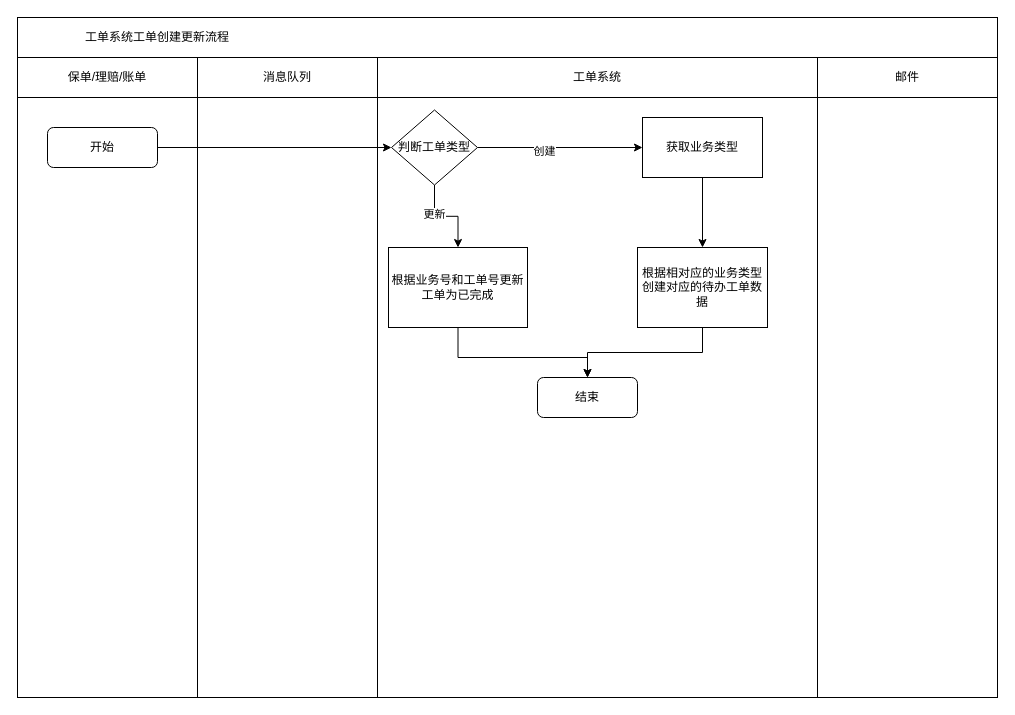
This is page "Page-3" (3 of 3) of 工单系统架构图.drawio from ferityLi/OnlineDrawing, a draw.io file, before an edit. Source tidied: cells renumbered, new cells numbered last; positions are measured from the earlier drawing's top-left corner, leaving out a move shared by most shapes. Both pictures are drawn from the tidied source at 100%, with x=0, y=0 at pixel (17, 17).
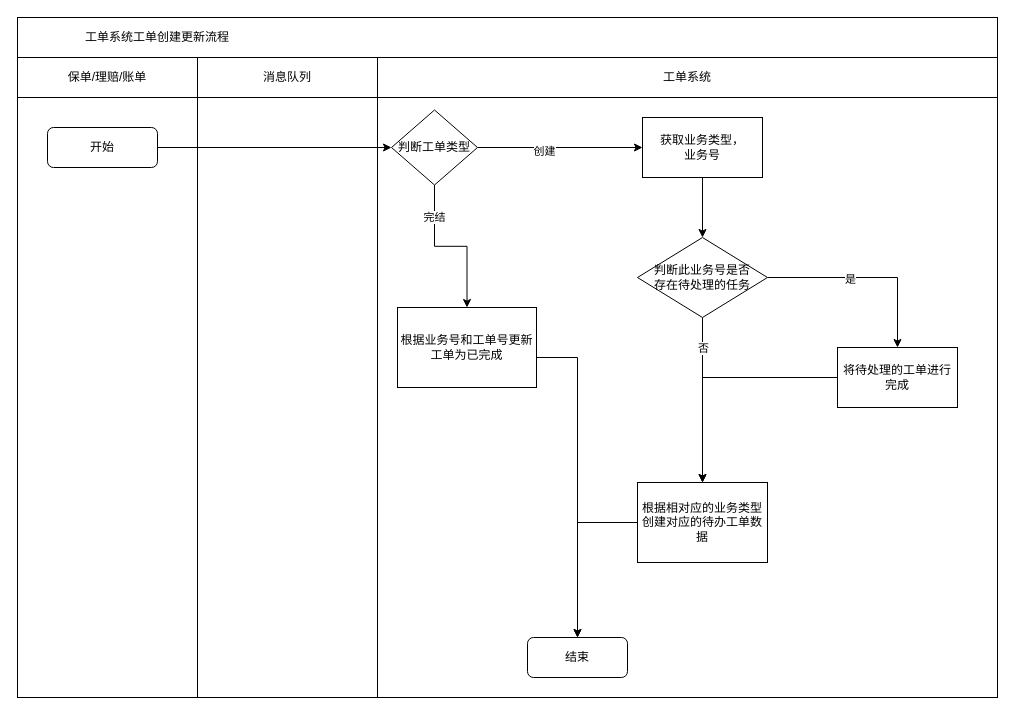
The same diagram, later.

The change refers to these unchanged cells:
```xml
<mxCell id="16" style="edgeStyle=orthogonalEdgeStyle;rounded=0;jettySize=auto;html=1;exitX=0.5;exitY=1;exitDx=0;exitDy=0;" parent="1" edge="1" source="20" target="15">
  <mxGeometry relative="1" as="geometry" />
</mxCell>
```

Change to the diagram source:
```diff
@@
     <mxCell id="5" value="工单系统" style="rounded=0;whiteSpace=wrap;html=1;" parent="1" vertex="1">
-      <mxGeometry x="360" y="40" width="440" height="40" as="geometry" />
+      <mxGeometry x="360" y="40" width="620" height="40" as="geometry" />
     </mxCell>
-    <mxCell id="6" value="邮件" style="rounded=0;whiteSpace=wrap;html=1;" parent="1" vertex="1">
-      <mxGeometry x="800" y="40" width="180" height="40" as="geometry" />
-    </mxCell>
@@
-    <mxCell id="11" style="rounded=0;whiteSpace=wrap;html=1;" parent="1" vertex="1">
-      <mxGeometry x="800" y="80" width="180" height="600" as="geometry" />
-    </mxCell>
@@
     <mxCell id="14" style="edgeStyle=orthogonalEdgeStyle;rounded=0;jettySize=auto;html=1;" parent="1" edge="1" source="15" target="21">
       <mxGeometry relative="1" as="geometry">
         <Array as="points">
           <mxPoint x="441" y="340" />
-          <mxPoint x="570" y="340" />
+          <mxPoint x="560" y="340" />
         </Array>
       </mxGeometry>
     </mxCell>
     <mxCell id="15" value="根据业务号和工单号更新工单为已完成" style="rounded=0;whiteSpace=wrap;html=1;" parent="1" vertex="1">
-      <mxGeometry x="371" y="230" width="139" height="80" as="geometry" />
+      <mxGeometry x="380" y="290" width="139" height="80" as="geometry" />
     </mxCell>
@@
-    <mxCell id="17" value="更新" style="edgeLabel;html=1;align=center;verticalAlign=middle;" parent="16" vertex="1">
-      <mxGeometry x="-0.33" y="-1" relative="1" as="geometry" />
+    <mxCell id="17" value="完结" style="edgeLabel;html=1;align=center;verticalAlign=middle;" parent="16" vertex="1">
+      <mxGeometry x="-0.33" y="-1" relative="1" as="geometry">
+        <mxPoint y="-20" as="offset" />
+      </mxGeometry>
     </mxCell>
@@
     <mxCell id="21" value="结束" style="rounded=1;whiteSpace=wrap;html=1;" parent="1" vertex="1">
-      <mxGeometry x="520" y="360" width="100" height="40" as="geometry" />
+      <mxGeometry x="510" y="620" width="100" height="40" as="geometry" />
     </mxCell>
-    <mxCell id="22" style="edgeStyle=orthogonalEdgeStyle;rounded=0;jettySize=auto;html=1;" parent="1" edge="1" source="23" target="25">
+    <mxCell id="22" style="edgeStyle=orthogonalEdgeStyle;rounded=0;jettySize=auto;html=1;" parent="1" edge="1" source="29" target="25">
       <mxGeometry relative="1" as="geometry" />
     </mxCell>
+    <mxCell id="26" value="否" style="edgeLabel;html=1;align=center;verticalAlign=middle;" parent="22" vertex="1">
+      <mxGeometry x="-0.36" y="2" relative="1" as="geometry">
+        <mxPoint x="-2" y="-23" as="offset" />
+      </mxGeometry>
+    </mxCell>
-    <mxCell id="23" value="获取业务类型" style="rounded=0;whiteSpace=wrap;html=1;" parent="1" vertex="1">
+    <mxCell id="23" value="获取业务类型，&lt;br&gt;业务号" style="rounded=0;whiteSpace=wrap;html=1;" parent="1" vertex="1">
       <mxGeometry x="625" y="100" width="120" height="60" as="geometry" />
     </mxCell>
@@
     <mxCell id="25" value="根据相对应的业务类型创建对应的待办工单数据" style="rounded=0;whiteSpace=wrap;html=1;" parent="1" vertex="1">
-      <mxGeometry x="620" y="230" width="130" height="80" as="geometry" />
+      <mxGeometry x="620" y="465" width="130" height="80" as="geometry" />
     </mxCell>
+    <mxCell id="27" style="edgeStyle=orthogonalEdgeStyle;rounded=0;jettySize=auto;html=1;" parent="1" edge="1" source="29" target="32">
+      <mxGeometry relative="1" as="geometry" />
+    </mxCell>
+    <mxCell id="28" value="是" style="edgeLabel;html=1;align=center;verticalAlign=middle;" parent="27" vertex="1">
+      <mxGeometry x="-0.18" y="-1" relative="1" as="geometry" />
+    </mxCell>
+    <mxCell id="29" value="判断此业务号是否&lt;br&gt;存在待处理的任务" style="rhombus;whiteSpace=wrap;html=1;" parent="1" vertex="1">
+      <mxGeometry x="620" y="220" width="130" height="80" as="geometry" />
+    </mxCell>
+    <mxCell id="30" style="edgeStyle=orthogonalEdgeStyle;rounded=0;jettySize=auto;html=1;" parent="1" edge="1" source="23" target="29">
+      <mxGeometry relative="1" as="geometry" />
+    </mxCell>
+    <mxCell id="31" style="edgeStyle=orthogonalEdgeStyle;rounded=0;jettySize=auto;html=1;" parent="1" edge="1" source="32" target="25">
+      <mxGeometry relative="1" as="geometry" />
+    </mxCell>
+    <mxCell id="32" value="将待处理的工单进行完成" style="rounded=0;whiteSpace=wrap;html=1;" parent="1" vertex="1">
+      <mxGeometry x="820" y="330" width="120" height="60" as="geometry" />
+    </mxCell>
```
